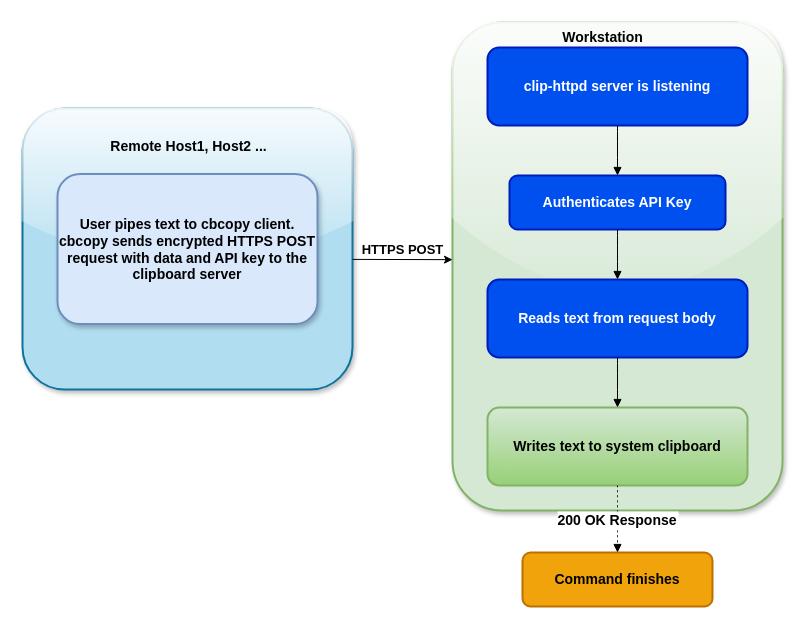
This is images/clip-httpd-flow.drawio from muquit/clip-httpd, a draw.io file, before an edit. Source tidied: cells renumbered, new cells numbered last; positions are measured from the earlier drawing's top-left corner, leaving out a move shared by most shapes. Both pictures are drawn from the tidied source at 100%, with x=0, y=0 at pixel (22, 22).
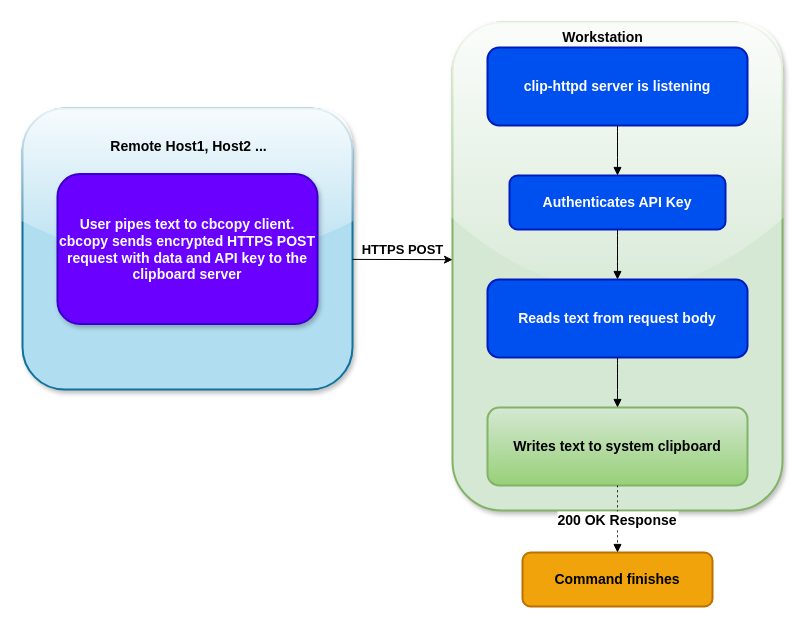
Above is the later version.

Change to the diagram source:
```diff
@@
 <mxGraphModel>
   <root>
     <mxCell id="0" />
     <mxCell id="1" parent="0" />
     <mxCell id="2" style="whiteSpace=wrap;strokeWidth=2;rounded=1;fillColor=#d5e8d4;strokeColor=#82b366;glass=1;shadow=1;" parent="1" vertex="1">
       <mxGeometry x="430" width="330" height="488" as="geometry" />
     </mxCell>
     <mxCell id="3" style="whiteSpace=wrap;strokeWidth=2;rounded=1;fillColor=#b1ddf0;strokeColor=#10739e;glass=1;shadow=1;" parent="1" vertex="1">
       <mxGeometry y="86" width="330" height="281" as="geometry" />
     </mxCell>
-    <mxCell id="4" value="User pipes text to cbcopy client.&#10;cbcopy sends encrypted HTTPS POST request with data and API key to the clipboard server" style="whiteSpace=wrap;strokeWidth=2;rounded=1;fillColor=#dae8fc;strokeColor=#6c8ebf;fontStyle=1;gradientColor=none;glass=0;shadow=1;fontSize=14;" parent="1" vertex="1">
+    <mxCell id="4" value="User pipes text to cbcopy client.&#10;cbcopy sends encrypted HTTPS POST request with data and API key to the clipboard server" style="whiteSpace=wrap;strokeWidth=2;rounded=1;fillColor=#6a00ff;strokeColor=#3700CC;fontStyle=1;glass=0;shadow=1;fontSize=14;fontColor=#ffffff;" parent="1" vertex="1">
       <mxGeometry x="35" y="151.5" width="260" height="150" as="geometry" />
     </mxCell>
     <mxCell id="5" value="clip-httpd server is listening" style="whiteSpace=wrap;strokeWidth=2;rounded=1;fillColor=#0050ef;fontColor=#ffffff;strokeColor=#001DBC;fontStyle=1;fontSize=14;" parent="1" vertex="1">
       <mxGeometry x="465" y="25" width="260" height="78" as="geometry" />
     </mxCell>
     <mxCell id="6" value="Authenticates API Key" style="whiteSpace=wrap;strokeWidth=2;rounded=1;fillColor=#0050ef;fontColor=#ffffff;strokeColor=#001DBC;fontStyle=1;fontSize=14;" parent="1" vertex="1">
       <mxGeometry x="487" y="153" width="216" height="54" as="geometry" />
     </mxCell>
     <mxCell id="7" value="Reads text from request body" style="whiteSpace=wrap;strokeWidth=2;rounded=1;fillColor=#0050ef;fontColor=#ffffff;strokeColor=#001DBC;fontStyle=1;fontSize=14;" parent="1" vertex="1">
       <mxGeometry x="465" y="257" width="260" height="78" as="geometry" />
     </mxCell>
     <mxCell id="8" value="Writes text to system clipboard" style="whiteSpace=wrap;strokeWidth=2;rounded=1;fillColor=#d5e8d4;strokeColor=#82b366;fontStyle=1;gradientColor=#97d077;fontSize=14;" parent="1" vertex="1">
       <mxGeometry x="465" y="385" width="260" height="78" as="geometry" />
     </mxCell>
     <mxCell id="9" value="Command finishes" style="whiteSpace=wrap;strokeWidth=2;rounded=1;fontStyle=1;fillColor=#f0a30a;fontColor=#000000;strokeColor=#BD7000;fontSize=14;" parent="1" vertex="1">
       <mxGeometry x="500" y="530" width="190" height="54" as="geometry" />
     </mxCell>
     <mxCell id="10" style="curved=1;startArrow=none;endArrow=block;exitX=0.5;exitY=0.99;entryX=0.5;entryY=-0.01;rounded=0;" parent="1" edge="1" source="5" target="6">
       <mxGeometry relative="1" as="geometry" />
     </mxCell>
     <mxCell id="11" style="curved=1;startArrow=none;endArrow=block;exitX=0.5;exitY=0.99;entryX=0.5;entryY=-0.01;rounded=0;" parent="1" edge="1" source="6" target="7">
       <mxGeometry relative="1" as="geometry" />
     </mxCell>
     <mxCell id="12" style="curved=1;startArrow=none;endArrow=block;exitX=0.5;exitY=0.99;entryX=0.5;entryY=-0.01;rounded=0;" parent="1" edge="1" source="7" target="8">
       <mxGeometry relative="1" as="geometry" />
     </mxCell>
     <mxCell id="13" value="200 OK Response" style="curved=1;dashed=1;dashPattern=2 3;startArrow=none;endArrow=block;exitX=0.5;exitY=0.99;entryX=0.5;entryY=0;rounded=0;fontStyle=1;fontSize=14;" parent="1" edge="1" source="8" target="9">
       <mxGeometry relative="1" as="geometry" />
     </mxCell>
     <mxCell id="14" value="&lt;b&gt;&lt;font style=&quot;font-size: 14px;&quot;&gt;Remote Host1, Host2 ...&lt;/font&gt;&lt;/b&gt;" style="text;html=1;align=center;verticalAlign=middle;strokeColor=none;fillColor=none;" parent="1" vertex="1">
       <mxGeometry x="76" y="109" width="180" height="30" as="geometry" />
     </mxCell>
     <mxCell id="15" value="&lt;b&gt;&lt;font style=&quot;font-size: 14px;&quot;&gt;Workstation&lt;/font&gt;&lt;/b&gt;" style="text;html=1;align=center;verticalAlign=middle;strokeColor=none;fillColor=none;" parent="1" vertex="1">
       <mxGeometry x="530" width="100" height="30" as="geometry" />
     </mxCell>
     <mxCell id="16" style="endArrow=classic;html=1;rounded=0;exitX=1;exitY=0.537;exitDx=0;exitDy=0;exitPerimeter=0;entryX=0;entryY=0.486;entryDx=0;entryDy=0;entryPerimeter=0;" parent="1" edge="1" source="3" target="2">
       <mxGeometry relative="1" as="geometry" />
     </mxCell>
     <mxCell id="17" value="HTTPS POST" style="text;html=1;align=center;verticalAlign=middle;strokeColor=none;fillColor=none;fontStyle=1;fontSize=13;" parent="1" vertex="1">
       <mxGeometry x="325" y="211.5" width="110" height="30" as="geometry" />
     </mxCell>
   </root>
 </mxGraphModel>
```
